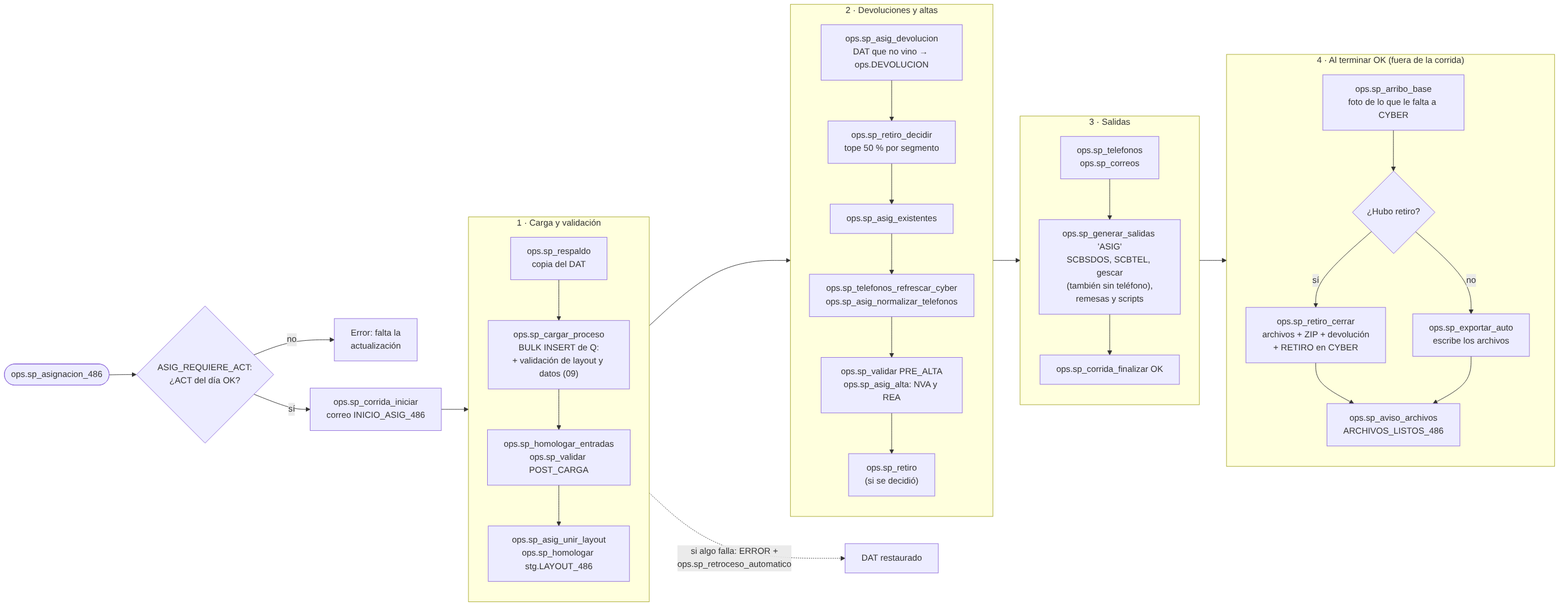
Before: docs/flujo/img/03_asignacion.png, a diagram exported from Mermaid (0marMF/Banbaj). Its source is kept beside it as docs/flujo/mmd/03_asignacion.mmd.
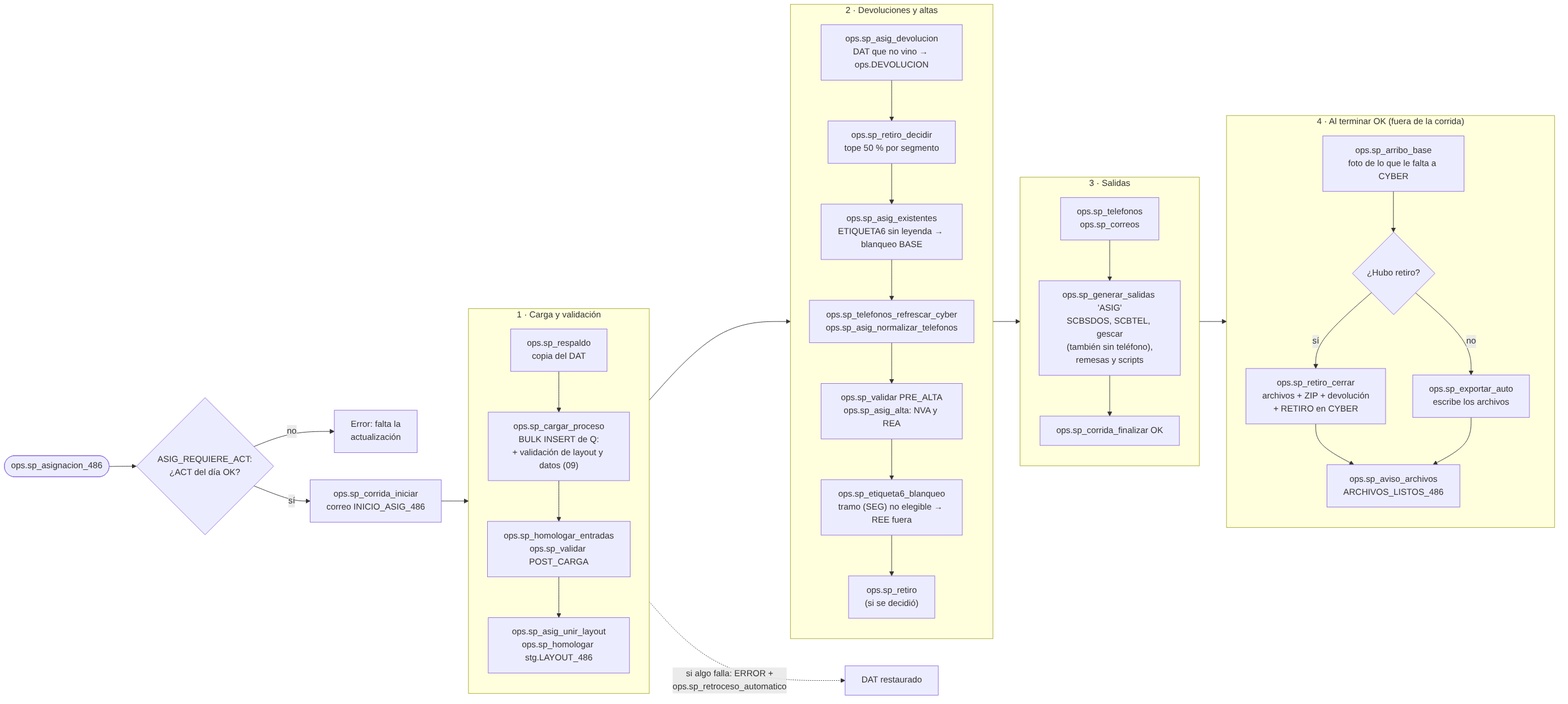
After the change.

The edit, as a diff of the source:
```diff
@@ -11,10 +11,11 @@
     subgraph F2["2 · Devoluciones y altas"]
         direction TB
         A5["ops.sp_asig_devolucion<br/>DAT que no vino → ops.DEVOLUCION"] --> A6["ops.sp_retiro_decidir<br/>tope 50 % por segmento"]
-        A6 --> A7["ops.sp_asig_existentes"]
+        A6 --> A7["ops.sp_asig_existentes<br/>ETIQUETA6 sin leyenda → blanqueo BASE"]
         A7 --> A8["ops.sp_telefonos_refrescar_cyber<br/>ops.sp_asig_normalizar_telefonos"]
         A8 --> A9["ops.sp_validar PRE_ALTA<br/>ops.sp_asig_alta: NVA y REA"]
-        A9 --> A10["ops.sp_retiro<br/>(si se decidió)"]
+        A9 --> A9b["ops.sp_etiqueta6_blanqueo<br/>tramo (SEG) no elegible → REE fuera"]
+        A9b --> A10["ops.sp_retiro<br/>(si se decidió)"]
     end
     subgraph F3["3 · Salidas"]
         direction TB
```
